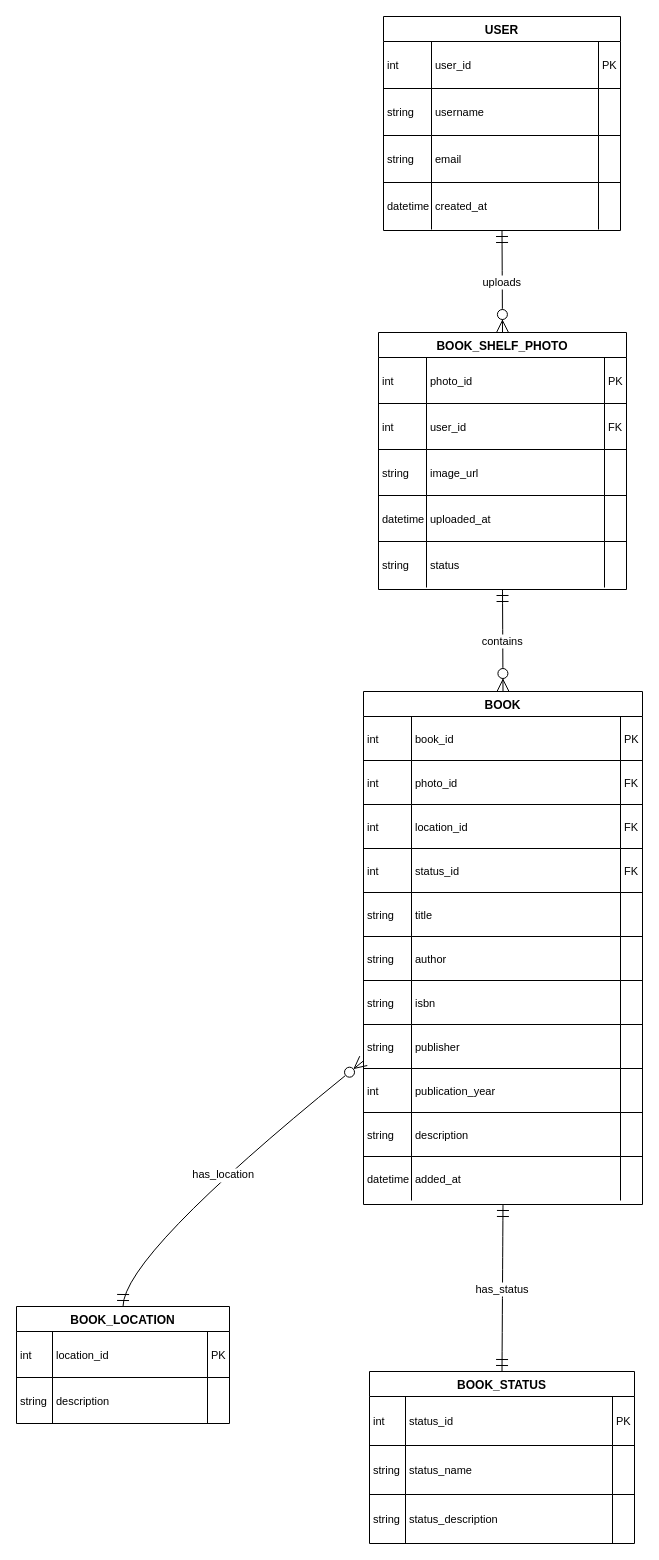
This is task4.drawio from ahwisse/isis, a draw.io file, before an edit. Source tidied: cells renumbered, new cells numbered last; positions are measured from the earlier drawing's top-left corner, leaving out a move shared by most shapes. Both pictures are drawn from the tidied source at 100%, with x=0, y=0 at pixel (16, 16).
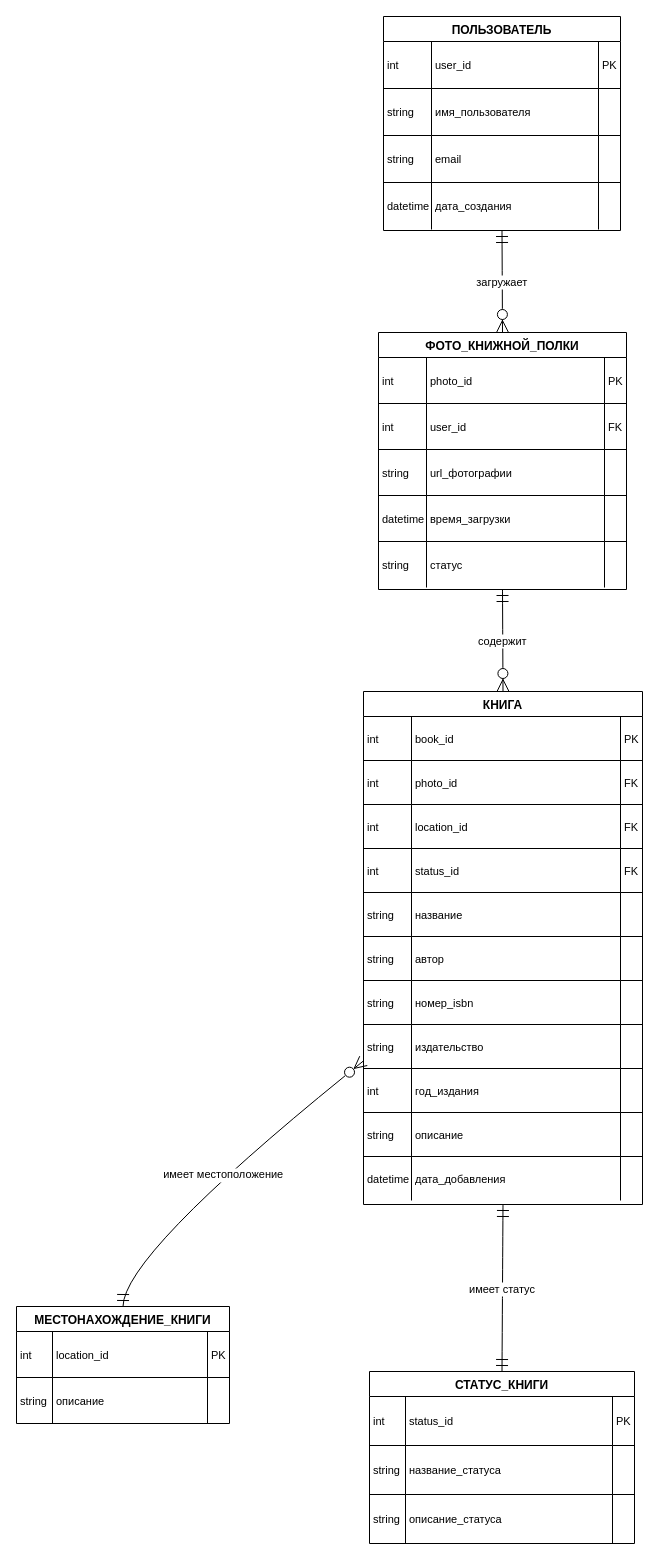
Above is the later version.

Commit message (it also covers changes not shown here):
Добавлена практическая №4

The change refers to these unchanged cells:
```xml
<mxCell id="7" style="shape=tableRow;horizontal=0;startSize=0;swimlaneHead=0;swimlaneBody=0;fillColor=none;top=0;left=0;right=0;bottom=0;" parent="2" vertex="1">
  <mxGeometry y="72" width="237" height="47" as="geometry" />
</mxCell>
<mxCell id="15" style="shape=tableRow;horizontal=0;startSize=0;swimlaneHead=0;swimlaneBody=0;fillColor=none;top=0;left=0;right=0;bottom=0;" parent="2" vertex="1">
  <mxGeometry y="166" width="237" height="47" as="geometry" />
</mxCell>
<mxCell id="28" style="shape=tableRow;horizontal=0;startSize=0;swimlaneHead=0;swimlaneBody=0;fillColor=none;top=0;left=0;right=0;bottom=0;" parent="19" vertex="1">
  <mxGeometry y="117" width="248" height="46" as="geometry" />
</mxCell>
<mxCell id="32" style="shape=tableRow;horizontal=0;startSize=0;swimlaneHead=0;swimlaneBody=0;fillColor=none;top=0;left=0;right=0;bottom=0;" parent="19" vertex="1">
  <mxGeometry y="163" width="248" height="46" as="geometry" />
</mxCell>
<mxCell id="36" style="shape=tableRow;horizontal=0;startSize=0;swimlaneHead=0;swimlaneBody=0;fillColor=none;top=0;left=0;right=0;bottom=0;" parent="19" vertex="1">
  <mxGeometry y="209" width="248" height="46" as="geometry" />
</mxCell>
<mxCell id="57" style="shape=tableRow;horizontal=0;startSize=0;swimlaneHead=0;swimlaneBody=0;fillColor=none;top=0;left=0;right=0;bottom=0;" parent="40" vertex="1">
  <mxGeometry y="201" width="279" height="44" as="geometry" />
</mxCell>
<mxCell id="61" style="shape=tableRow;horizontal=0;startSize=0;swimlaneHead=0;swimlaneBody=0;fillColor=none;top=0;left=0;right=0;bottom=0;" parent="40" vertex="1">
  <mxGeometry y="245" width="279" height="44" as="geometry" />
</mxCell>
<mxCell id="65" style="shape=tableRow;horizontal=0;startSize=0;swimlaneHead=0;swimlaneBody=0;fillColor=none;top=0;left=0;right=0;bottom=0;" parent="40" vertex="1">
  <mxGeometry y="289" width="279" height="44" as="geometry" />
</mxCell>
<mxCell id="69" style="shape=tableRow;horizontal=0;startSize=0;swimlaneHead=0;swimlaneBody=0;fillColor=none;top=0;left=0;right=0;bottom=0;" parent="40" vertex="1">
  <mxGeometry y="333" width="279" height="44" as="geometry" />
</mxCell>
<mxCell id="73" style="shape=tableRow;horizontal=0;startSize=0;swimlaneHead=0;swimlaneBody=0;fillColor=none;top=0;left=0;right=0;bottom=0;" parent="40" vertex="1">
  <mxGeometry y="377" width="279" height="44" as="geometry" />
</mxCell>
<mxCell id="77" style="shape=tableRow;horizontal=0;startSize=0;swimlaneHead=0;swimlaneBody=0;fillColor=none;top=0;left=0;right=0;bottom=0;" parent="40" vertex="1">
  <mxGeometry y="421" width="279" height="44" as="geometry" />
</mxCell>
<mxCell id="81" style="shape=tableRow;horizontal=0;startSize=0;swimlaneHead=0;swimlaneBody=0;fillColor=none;top=0;left=0;right=0;bottom=0;" parent="40" vertex="1">
  <mxGeometry y="465" width="279" height="44" as="geometry" />
</mxCell>
<mxCell id="90" style="shape=tableRow;horizontal=0;startSize=0;swimlaneHead=0;swimlaneBody=0;fillColor=none;top=0;left=0;right=0;bottom=0;" parent="85" vertex="1">
  <mxGeometry y="71" width="213" height="46" as="geometry" />
</mxCell>
<mxCell id="99" style="shape=tableRow;horizontal=0;startSize=0;swimlaneHead=0;swimlaneBody=0;fillColor=none;top=0;left=0;right=0;bottom=0;" parent="94" vertex="1">
  <mxGeometry y="74" width="265" height="49" as="geometry" />
</mxCell>
<mxCell id="103" style="shape=tableRow;horizontal=0;startSize=0;swimlaneHead=0;swimlaneBody=0;fillColor=none;top=0;left=0;right=0;bottom=0;" parent="94" vertex="1">
  <mxGeometry y="123" width="265" height="49" as="geometry" />
</mxCell>
```

The edit, as a diff of the source:
```diff
@@
-    <mxCell id="2" value="USER" style="shape=table;startSize=25;childLayout=tableLayout;rowLines=1;fontStyle=1;align=center;" parent="1" vertex="1">
+    <mxCell id="2" value="ПОЛЬЗОВАТЕЛЬ" style="shape=table;startSize=25;childLayout=tableLayout;rowLines=1;fontStyle=1;align=center;" parent="1" vertex="1">
       <mxGeometry x="367" width="237" height="214" as="geometry" />
     </mxCell>
@@
-    <mxCell id="9" value="username" style="shape=partialRectangle;fillColor=none;top=0;left=0;bottom=0;right=0;align=left;spacingLeft=2;overflow=hidden;fontSize=11;" parent="7" vertex="1">
+    <mxCell id="9" value="имя_пользователя" style="shape=partialRectangle;fillColor=none;top=0;left=0;bottom=0;right=0;align=left;spacingLeft=2;overflow=hidden;fontSize=11;" parent="7" vertex="1">
       <mxGeometry x="48" width="167" height="47" as="geometry" />
     </mxCell>
@@
-    <mxCell id="17" value="created_at" style="shape=partialRectangle;fillColor=none;top=0;left=0;bottom=0;right=0;align=left;spacingLeft=2;overflow=hidden;fontSize=11;" parent="15" vertex="1">
+    <mxCell id="17" value="дата_создания" style="shape=partialRectangle;fillColor=none;top=0;left=0;bottom=0;right=0;align=left;spacingLeft=2;overflow=hidden;fontSize=11;" parent="15" vertex="1">
       <mxGeometry x="48" width="167" height="47" as="geometry" />
     </mxCell>
@@
-    <mxCell id="19" value="BOOK_SHELF_PHOTO" style="shape=table;startSize=25;childLayout=tableLayout;rowLines=1;fontStyle=1;align=center;" parent="1" vertex="1">
+    <mxCell id="19" value="ФОТО_КНИЖНОЙ_ПОЛКИ" style="shape=table;startSize=25;childLayout=tableLayout;rowLines=1;fontStyle=1;align=center;" parent="1" vertex="1">
       <mxGeometry x="362" y="316" width="248" height="257" as="geometry" />
     </mxCell>
@@
-    <mxCell id="30" value="image_url" style="shape=partialRectangle;fillColor=none;top=0;left=0;bottom=0;right=0;align=left;spacingLeft=2;overflow=hidden;fontSize=11;" parent="28" vertex="1">
+    <mxCell id="30" value="url_фотографии" style="shape=partialRectangle;fillColor=none;top=0;left=0;bottom=0;right=0;align=left;spacingLeft=2;overflow=hidden;fontSize=11;" parent="28" vertex="1">
       <mxGeometry x="48" width="178" height="46" as="geometry" />
     </mxCell>
@@
-    <mxCell id="34" value="uploaded_at" style="shape=partialRectangle;fillColor=none;top=0;left=0;bottom=0;right=0;align=left;spacingLeft=2;overflow=hidden;fontSize=11;" parent="32" vertex="1">
+    <mxCell id="34" value="время_загрузки" style="shape=partialRectangle;fillColor=none;top=0;left=0;bottom=0;right=0;align=left;spacingLeft=2;overflow=hidden;fontSize=11;" parent="32" vertex="1">
       <mxGeometry x="48" width="178" height="46" as="geometry" />
     </mxCell>
@@
-    <mxCell id="38" value="status" style="shape=partialRectangle;fillColor=none;top=0;left=0;bottom=0;right=0;align=left;spacingLeft=2;overflow=hidden;fontSize=11;" parent="36" vertex="1">
+    <mxCell id="38" value="статус" style="shape=partialRectangle;fillColor=none;top=0;left=0;bottom=0;right=0;align=left;spacingLeft=2;overflow=hidden;fontSize=11;" parent="36" vertex="1">
       <mxGeometry x="48" width="178" height="46" as="geometry" />
     </mxCell>
@@
-    <mxCell id="40" value="BOOK" style="shape=table;startSize=25;childLayout=tableLayout;rowLines=1;fontStyle=1;align=center;" parent="1" vertex="1">
+    <mxCell id="40" value="КНИГА" style="shape=table;startSize=25;childLayout=tableLayout;rowLines=1;fontStyle=1;align=center;" parent="1" vertex="1">
       <mxGeometry x="347" y="675" width="279" height="513" as="geometry" />
     </mxCell>
@@
-    <mxCell id="59" value="title" style="shape=partialRectangle;fillColor=none;top=0;left=0;bottom=0;right=0;align=left;spacingLeft=2;overflow=hidden;fontSize=11;" parent="57" vertex="1">
+    <mxCell id="59" value="название" style="shape=partialRectangle;fillColor=none;top=0;left=0;bottom=0;right=0;align=left;spacingLeft=2;overflow=hidden;fontSize=11;" parent="57" vertex="1">
       <mxGeometry x="48" width="209" height="44" as="geometry" />
     </mxCell>
@@
-    <mxCell id="63" value="author" style="shape=partialRectangle;fillColor=none;top=0;left=0;bottom=0;right=0;align=left;spacingLeft=2;overflow=hidden;fontSize=11;" parent="61" vertex="1">
+    <mxCell id="63" value="автор" style="shape=partialRectangle;fillColor=none;top=0;left=0;bottom=0;right=0;align=left;spacingLeft=2;overflow=hidden;fontSize=11;" parent="61" vertex="1">
       <mxGeometry x="48" width="209" height="44" as="geometry" />
     </mxCell>
@@
-    <mxCell id="67" value="isbn" style="shape=partialRectangle;fillColor=none;top=0;left=0;bottom=0;right=0;align=left;spacingLeft=2;overflow=hidden;fontSize=11;" parent="65" vertex="1">
+    <mxCell id="67" value="номер_isbn" style="shape=partialRectangle;fillColor=none;top=0;left=0;bottom=0;right=0;align=left;spacingLeft=2;overflow=hidden;fontSize=11;" parent="65" vertex="1">
       <mxGeometry x="48" width="209" height="44" as="geometry" />
     </mxCell>
@@
-    <mxCell id="71" value="publisher" style="shape=partialRectangle;fillColor=none;top=0;left=0;bottom=0;right=0;align=left;spacingLeft=2;overflow=hidden;fontSize=11;" parent="69" vertex="1">
+    <mxCell id="71" value="издательство" style="shape=partialRectangle;fillColor=none;top=0;left=0;bottom=0;right=0;align=left;spacingLeft=2;overflow=hidden;fontSize=11;" parent="69" vertex="1">
       <mxGeometry x="48" width="209" height="44" as="geometry" />
     </mxCell>
@@
-    <mxCell id="75" value="publication_year" style="shape=partialRectangle;fillColor=none;top=0;left=0;bottom=0;right=0;align=left;spacingLeft=2;overflow=hidden;fontSize=11;" parent="73" vertex="1">
+    <mxCell id="75" value="год_издания" style="shape=partialRectangle;fillColor=none;top=0;left=0;bottom=0;right=0;align=left;spacingLeft=2;overflow=hidden;fontSize=11;" parent="73" vertex="1">
       <mxGeometry x="48" width="209" height="44" as="geometry" />
     </mxCell>
@@
-    <mxCell id="79" value="description" style="shape=partialRectangle;fillColor=none;top=0;left=0;bottom=0;right=0;align=left;spacingLeft=2;overflow=hidden;fontSize=11;" parent="77" vertex="1">
+    <mxCell id="79" value="описание" style="shape=partialRectangle;fillColor=none;top=0;left=0;bottom=0;right=0;align=left;spacingLeft=2;overflow=hidden;fontSize=11;" parent="77" vertex="1">
       <mxGeometry x="48" width="209" height="44" as="geometry" />
     </mxCell>
@@
-    <mxCell id="83" value="added_at" style="shape=partialRectangle;fillColor=none;top=0;left=0;bottom=0;right=0;align=left;spacingLeft=2;overflow=hidden;fontSize=11;" parent="81" vertex="1">
+    <mxCell id="83" value="дата_добавления" style="shape=partialRectangle;fillColor=none;top=0;left=0;bottom=0;right=0;align=left;spacingLeft=2;overflow=hidden;fontSize=11;" parent="81" vertex="1">
       <mxGeometry x="48" width="209" height="44" as="geometry" />
     </mxCell>
@@
-    <mxCell id="85" value="BOOK_LOCATION" style="shape=table;startSize=25;childLayout=tableLayout;rowLines=1;fontStyle=1;align=center;" parent="1" vertex="1">
+    <mxCell id="85" value="МЕСТОНАХОЖДЕНИЕ_КНИГИ" style="shape=table;startSize=25;childLayout=tableLayout;rowLines=1;fontStyle=1;align=center;" parent="1" vertex="1">
       <mxGeometry y="1290" width="213" height="117" as="geometry" />
     </mxCell>
@@
-    <mxCell id="92" value="description" style="shape=partialRectangle;fillColor=none;top=0;left=0;bottom=0;right=0;align=left;spacingLeft=2;overflow=hidden;fontSize=11;" parent="90" vertex="1">
+    <mxCell id="92" value="описание" style="shape=partialRectangle;fillColor=none;top=0;left=0;bottom=0;right=0;align=left;spacingLeft=2;overflow=hidden;fontSize=11;" parent="90" vertex="1">
       <mxGeometry x="36" width="155" height="46" as="geometry" />
     </mxCell>
@@
-    <mxCell id="94" value="BOOK_STATUS" style="shape=table;startSize=25;childLayout=tableLayout;rowLines=1;fontStyle=1;align=center;" parent="1" vertex="1">
+    <mxCell id="94" value="СТАТУС_КНИГИ" style="shape=table;startSize=25;childLayout=tableLayout;rowLines=1;fontStyle=1;align=center;" parent="1" vertex="1">
       <mxGeometry x="353" y="1355" width="265" height="172" as="geometry" />
     </mxCell>
@@
-    <mxCell id="101" value="status_name" style="shape=partialRectangle;fillColor=none;top=0;left=0;bottom=0;right=0;align=left;spacingLeft=2;overflow=hidden;fontSize=11;" parent="99" vertex="1">
+    <mxCell id="101" value="название_статуса" style="shape=partialRectangle;fillColor=none;top=0;left=0;bottom=0;right=0;align=left;spacingLeft=2;overflow=hidden;fontSize=11;" parent="99" vertex="1">
       <mxGeometry x="36" width="207" height="49" as="geometry" />
     </mxCell>
@@
-    <mxCell id="105" value="status_description" style="shape=partialRectangle;fillColor=none;top=0;left=0;bottom=0;right=0;align=left;spacingLeft=2;overflow=hidden;fontSize=11;" parent="103" vertex="1">
+    <mxCell id="105" value="описание_статуса" style="shape=partialRectangle;fillColor=none;top=0;left=0;bottom=0;right=0;align=left;spacingLeft=2;overflow=hidden;fontSize=11;" parent="103" vertex="1">
       <mxGeometry x="36" width="207" height="49" as="geometry" />
     </mxCell>
@@
-    <mxCell id="107" value="uploads" style="curved=1;startArrow=ERmandOne;startSize=10;endArrow=ERzeroToMany;endSize=10;exitX=0.5;exitY=1;entryX=0.5;entryY=0;rounded=0;" parent="1" edge="1" source="2" target="19">
+    <mxCell id="107" value="загружает" style="curved=1;startArrow=ERmandOne;startSize=10;endArrow=ERzeroToMany;endSize=10;exitX=0.5;exitY=1;entryX=0.5;entryY=0;rounded=0;" parent="1" edge="1" source="2" target="19">
       <mxGeometry relative="1" as="geometry" />
     </mxCell>
-    <mxCell id="108" value="contains" style="curved=1;startArrow=ERmandOne;startSize=10;endArrow=ERzeroToMany;endSize=10;exitX=0.5;exitY=1;entryX=0.5;entryY=0;rounded=0;" parent="1" edge="1" source="19" target="40">
+    <mxCell id="108" value="содержит" style="curved=1;startArrow=ERmandOne;startSize=10;endArrow=ERzeroToMany;endSize=10;exitX=0.5;exitY=1;entryX=0.5;entryY=0;rounded=0;" parent="1" edge="1" source="19" target="40">
       <mxGeometry relative="1" as="geometry" />
     </mxCell>
-    <mxCell id="109" value="has_location" style="curved=1;startArrow=ERzeroToMany;startSize=10;endArrow=ERmandOne;endSize=10;exitX=0;exitY=0.72;entryX=0.5;entryY=0;rounded=0;endFill=0;startFill=0;" parent="1" edge="1" source="40" target="85">
+    <mxCell id="109" value="имеет местоположение" style="curved=1;startArrow=ERzeroToMany;startSize=10;endArrow=ERmandOne;endSize=10;exitX=0;exitY=0.72;entryX=0.5;entryY=0;rounded=0;endFill=0;startFill=0;" parent="1" edge="1" source="40" target="85">
       <mxGeometry relative="1" as="geometry">
         <Array as="points">
           <mxPoint x="107" y="1239" />
         </Array>
       </mxGeometry>
     </mxCell>
-    <mxCell id="110" value="has_status" style="curved=1;startArrow=ERmandOne;startSize=10;endArrow=ERmandOne;endSize=10;exitX=0.5;exitY=1;entryX=0.5;entryY=0;rounded=0;" parent="1" edge="1" source="40" target="94">
+    <mxCell id="110" value="имеет статус" style="curved=1;startArrow=ERmandOne;startSize=10;endArrow=ERmandOne;endSize=10;exitX=0.5;exitY=1;entryX=0.5;entryY=0;rounded=0;" parent="1" edge="1" source="40" target="94">
       <mxGeometry relative="1" as="geometry" />
     </mxCell>
```
